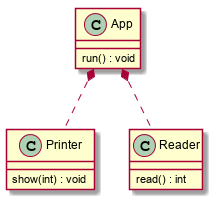
Earlier version of the PlantUML export doc/concepts-driven-design-with-di/images/app2.png (boost-ext/di).
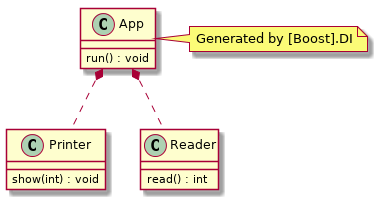
Later version of the same file.

What changed in the source:
```diff
@@ -8,4 +8,6 @@
 
 "App" : run() : void
 
+note right: Generated by [Boost].DI
+
 @enduml
```
